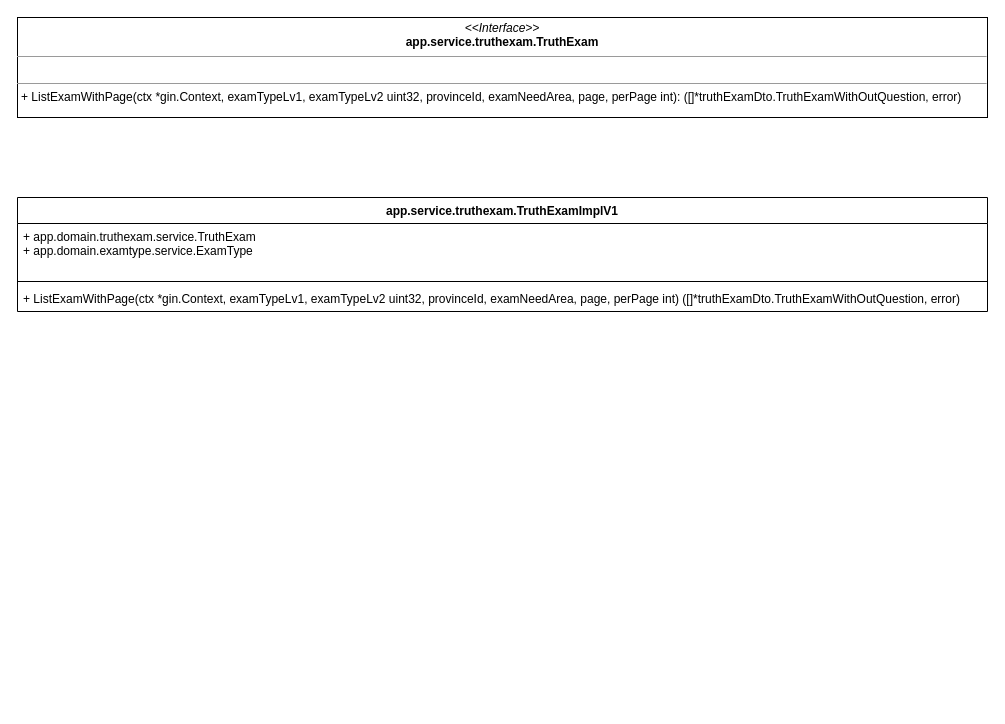
Above: adumis.drawio in lizhanfei/airtest (draw.io), before the change. Source tidied: cells renumbered, new cells numbered last; positions are measured from the earlier drawing's top-left corner, leaving out a move shared by most shapes. Both pictures are drawn from the tidied source at 100%, with x=0, y=0 at pixel (17, 17).
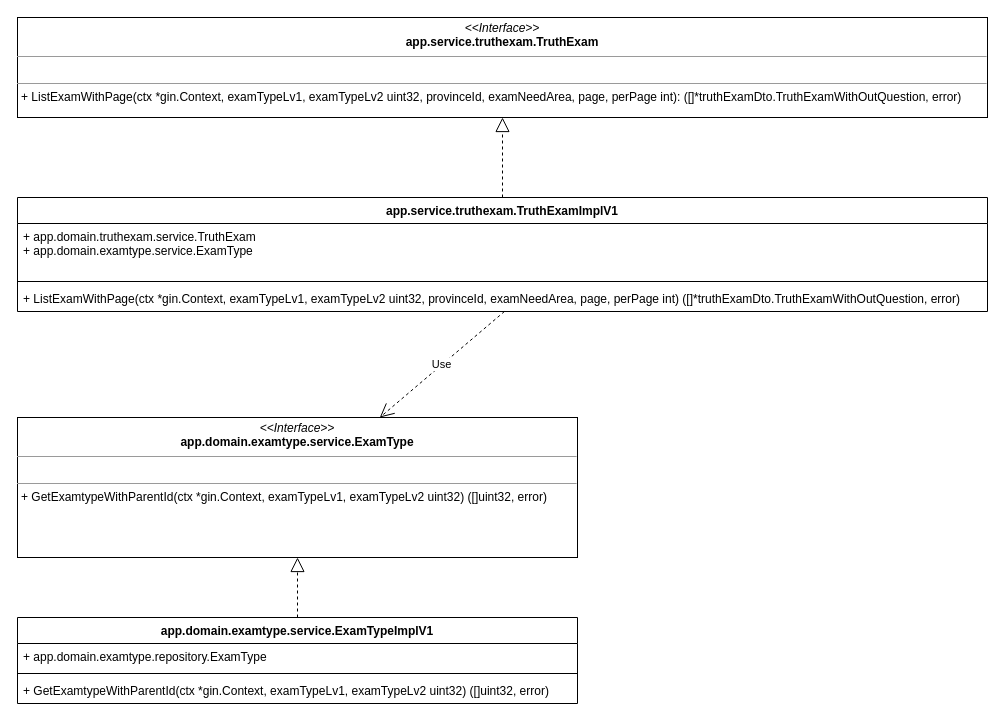
After the change.

Change to the diagram source:
```diff
@@
 <mxGraphModel>
   <root>
     <mxCell id="0" />
     <mxCell id="1" parent="0" />
     <mxCell id="2" value="&lt;p style=&quot;margin: 0px ; margin-top: 4px ; text-align: center&quot;&gt;&lt;i&gt;&amp;lt;&amp;lt;Interface&amp;gt;&amp;gt;&lt;/i&gt;&lt;br&gt;&lt;b&gt;app.service.truthexam.TruthExam&lt;/b&gt;&lt;/p&gt;&lt;hr size=&quot;1&quot;&gt;&lt;p style=&quot;margin: 0px ; margin-left: 4px&quot;&gt;&lt;br&gt;&lt;/p&gt;&lt;hr size=&quot;1&quot;&gt;&lt;p style=&quot;margin: 0px ; margin-left: 4px&quot;&gt;+ ListExamWithPage(ctx *gin.Context, examTypeLv1, examTypeLv2 uint32, provinceId, examNeedArea, page, perPage int): ([]*truthExamDto.TruthExamWithOutQuestion, error)&lt;br&gt;&lt;/p&gt;" style="verticalAlign=top;align=left;overflow=fill;fontSize=12;fontFamily=Helvetica;html=1;" parent="1" vertex="1">
       <mxGeometry width="970" height="100" as="geometry" />
     </mxCell>
     <mxCell id="3" value="app.service.truthexam.TruthExamImplV1" style="swimlane;fontStyle=1;align=center;verticalAlign=top;horizontal=1;startSize=26;" parent="1" vertex="1">
       <mxGeometry y="180" width="970" height="114" as="geometry" />
     </mxCell>
     <mxCell id="4" value="+ app.domain.truthexam.service.TruthExam&#10;+ app.domain.examtype.service.ExamType" style="text;strokeColor=none;fillColor=none;align=left;verticalAlign=top;spacingLeft=4;spacingRight=4;overflow=hidden;" parent="3" vertex="1">
       <mxGeometry y="26" width="970" height="54" as="geometry" />
     </mxCell>
     <mxCell id="5" style="line;strokeWidth=1;fillColor=none;align=left;verticalAlign=middle;spacingTop=-1;spacingLeft=3;spacingRight=3;labelPosition=right;" parent="3" vertex="1">
       <mxGeometry y="80" width="970" height="8" as="geometry" />
     </mxCell>
     <mxCell id="6" value="+ ListExamWithPage(ctx *gin.Context, examTypeLv1, examTypeLv2 uint32, provinceId, examNeedArea, page, perPage int) ([]*truthExamDto.TruthExamWithOutQuestion, error)" style="text;strokeColor=none;fillColor=none;align=left;verticalAlign=top;spacingLeft=4;spacingRight=4;overflow=hidden;points=[[0,0.5],[1,0.5]];portConstraint=eastwest;" parent="3" vertex="1">
       <mxGeometry y="88" width="970" height="26" as="geometry" />
     </mxCell>
+    <mxCell id="7" style="endArrow=block;dashed=1;endFill=0;endSize=12;html=1;entryX=0.5;entryY=1;entryDx=0;entryDy=0;exitX=0.5;exitY=0;exitDx=0;exitDy=0;" parent="1" edge="1" source="3" target="2">
+      <mxGeometry relative="1" as="geometry" />
+    </mxCell>
+    <mxCell id="8" value="&lt;p style=&quot;margin: 0px ; margin-top: 4px ; text-align: center&quot;&gt;&lt;i&gt;&amp;lt;&amp;lt;Interface&amp;gt;&amp;gt;&lt;/i&gt;&lt;br&gt;&lt;span style=&quot;text-align: left&quot;&gt;&lt;b&gt;app.domain.examtype.service.ExamType&lt;/b&gt;&lt;/span&gt;&lt;br&gt;&lt;/p&gt;&lt;hr size=&quot;1&quot;&gt;&lt;p style=&quot;margin: 0px ; margin-left: 4px&quot;&gt;&lt;br&gt;&lt;/p&gt;&lt;hr size=&quot;1&quot;&gt;&lt;p style=&quot;margin: 0px ; margin-left: 4px&quot;&gt;+&amp;nbsp;GetExamtypeWithParentId(ctx *gin.Context, examTypeLv1, examTypeLv2 uint32) ([]uint32, error)&lt;/p&gt;" style="verticalAlign=top;align=left;overflow=fill;fontSize=12;fontFamily=Helvetica;html=1;" parent="1" vertex="1">
+      <mxGeometry y="400" width="560" height="140" as="geometry" />
+    </mxCell>
+    <mxCell id="9" value="Use" style="endArrow=open;endSize=12;dashed=1;html=1;exitX=0.502;exitY=1;exitDx=0;exitDy=0;exitPerimeter=0;" parent="1" edge="1" source="6" target="8">
+      <mxGeometry relative="1" as="geometry" />
+    </mxCell>
+    <mxCell id="10" value="app.domain.examtype.service.ExamTypeImplV1" style="swimlane;fontStyle=1;align=center;verticalAlign=top;horizontal=1;startSize=26;" parent="1" vertex="1">
+      <mxGeometry y="600" width="560" height="86" as="geometry" />
+    </mxCell>
+    <mxCell id="11" value="+ app.domain.examtype.repository.ExamType" style="text;strokeColor=none;fillColor=none;align=left;verticalAlign=top;spacingLeft=4;spacingRight=4;overflow=hidden;" parent="10" vertex="1">
+      <mxGeometry y="26" width="560" height="26" as="geometry" />
+    </mxCell>
+    <mxCell id="12" style="line;strokeWidth=1;fillColor=none;align=left;verticalAlign=middle;spacingTop=-1;spacingLeft=3;spacingRight=3;labelPosition=right;" parent="10" vertex="1">
+      <mxGeometry y="52" width="560" height="8" as="geometry" />
+    </mxCell>
+    <mxCell id="13" value="+ GetExamtypeWithParentId(ctx *gin.Context, examTypeLv1, examTypeLv2 uint32) ([]uint32, error)" style="text;strokeColor=none;fillColor=none;align=left;verticalAlign=top;spacingLeft=4;spacingRight=4;overflow=hidden;" parent="10" vertex="1">
+      <mxGeometry y="60" width="560" height="26" as="geometry" />
+    </mxCell>
+    <mxCell id="14" style="endArrow=block;dashed=1;endFill=0;endSize=12;html=1;entryX=0.5;entryY=1;entryDx=0;entryDy=0;exitX=0.5;exitY=0;exitDx=0;exitDy=0;" parent="1" edge="1" source="10" target="8">
+      <mxGeometry relative="1" as="geometry" />
+    </mxCell>
   </root>
 </mxGraphModel>
```
